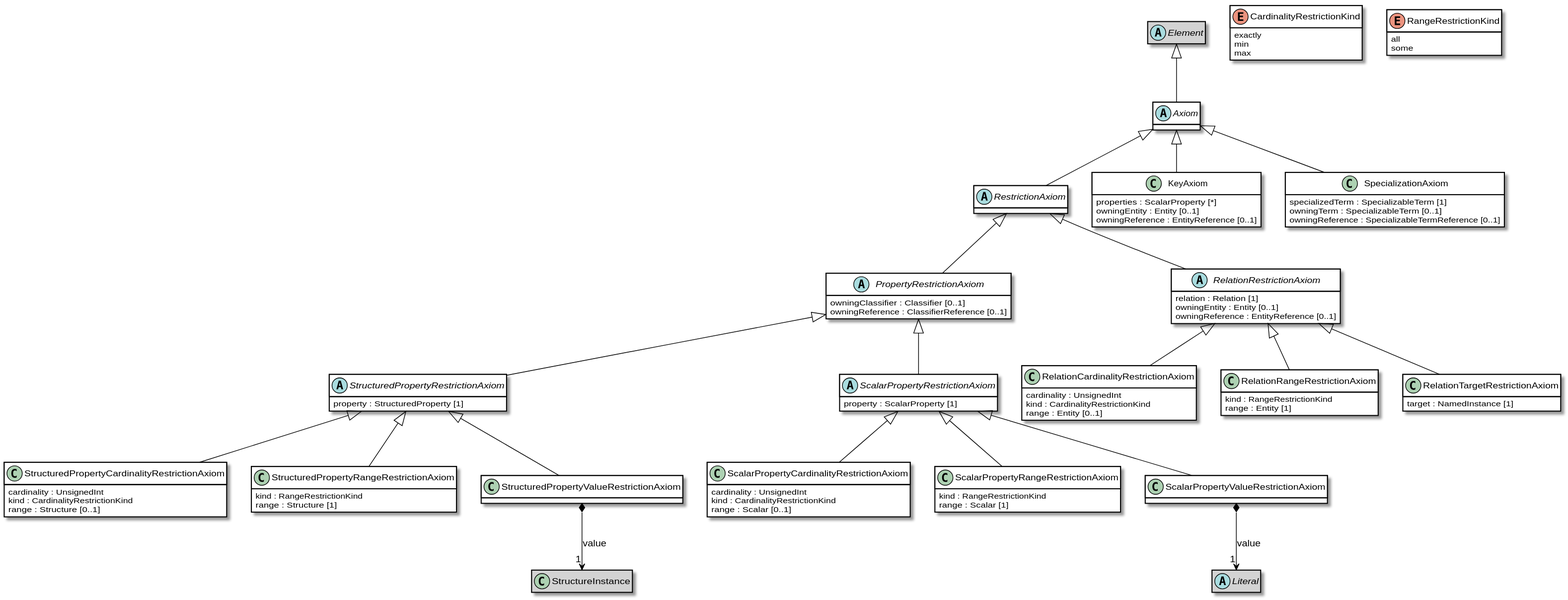
This is images/oml-Axioms.svg from opencaesar/oml, a PlantUML export, as it was before one commit.
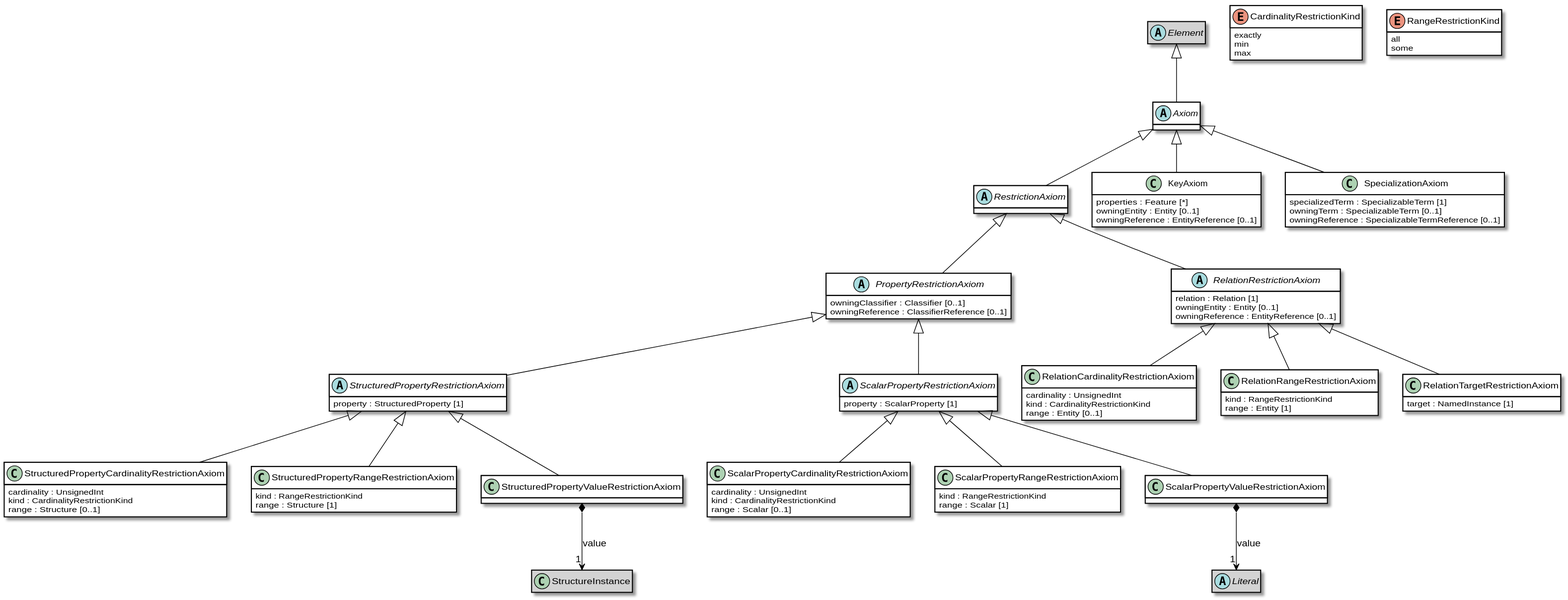
Later version of the same file.

Diff of the diagram source:
```diff
@@ -15,7 +15,7 @@
 	max
 }
 class KeyAxiom [[#KeyAxiom]] #white {
-	properties : ScalarProperty [*]
+	properties : Feature [*]
 	owningEntity : Entity [0..1]
 	owningReference : EntityReference [0..1]
 }
```
